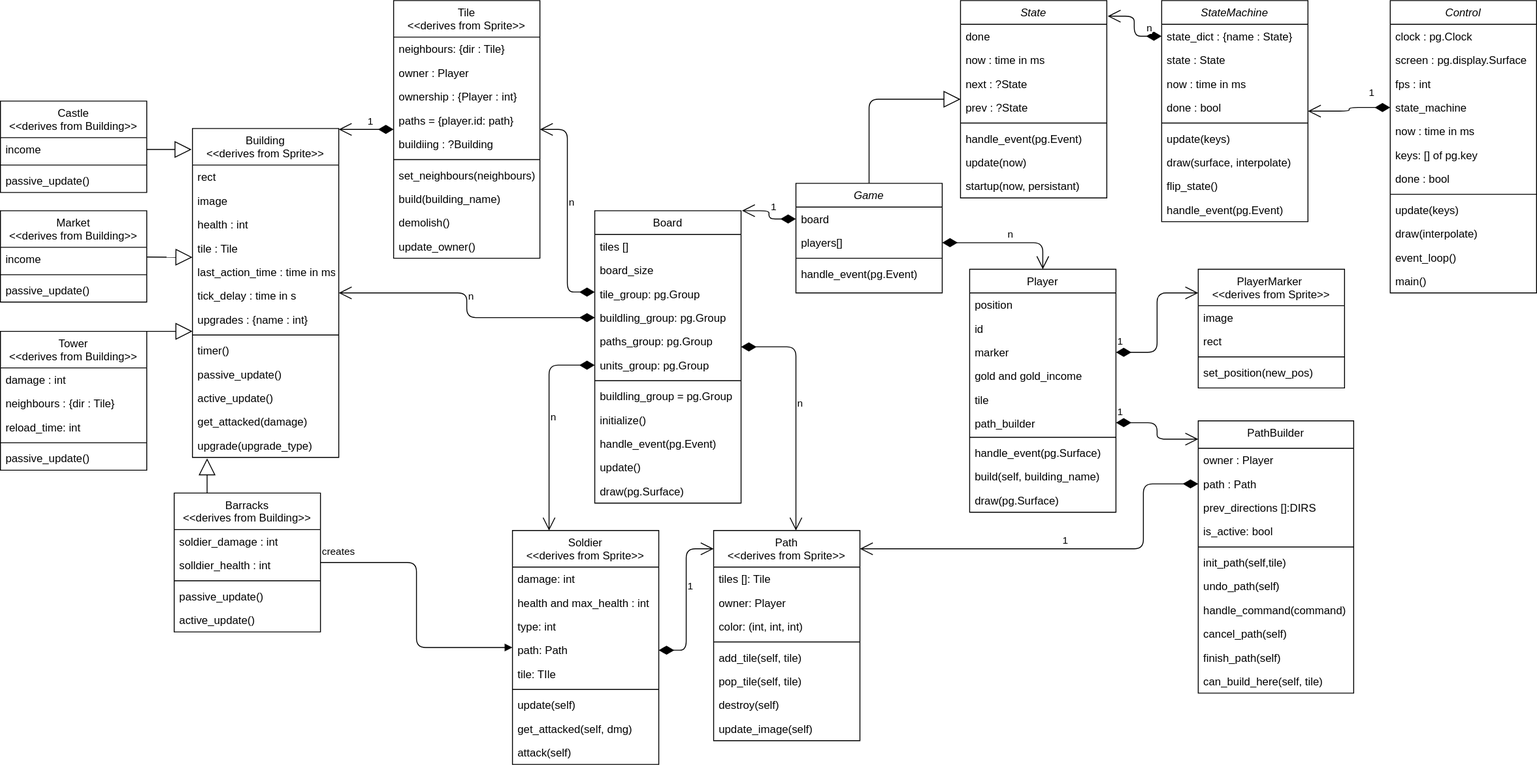
This is ClassDiagram.svg from a-float/python-rts, a draw.io export, as it was before one commit. Source tidied: cells renumbered, new cells last; positions are measured from the earlier drawing's top-left corner, leaving out a move shared by most shapes.
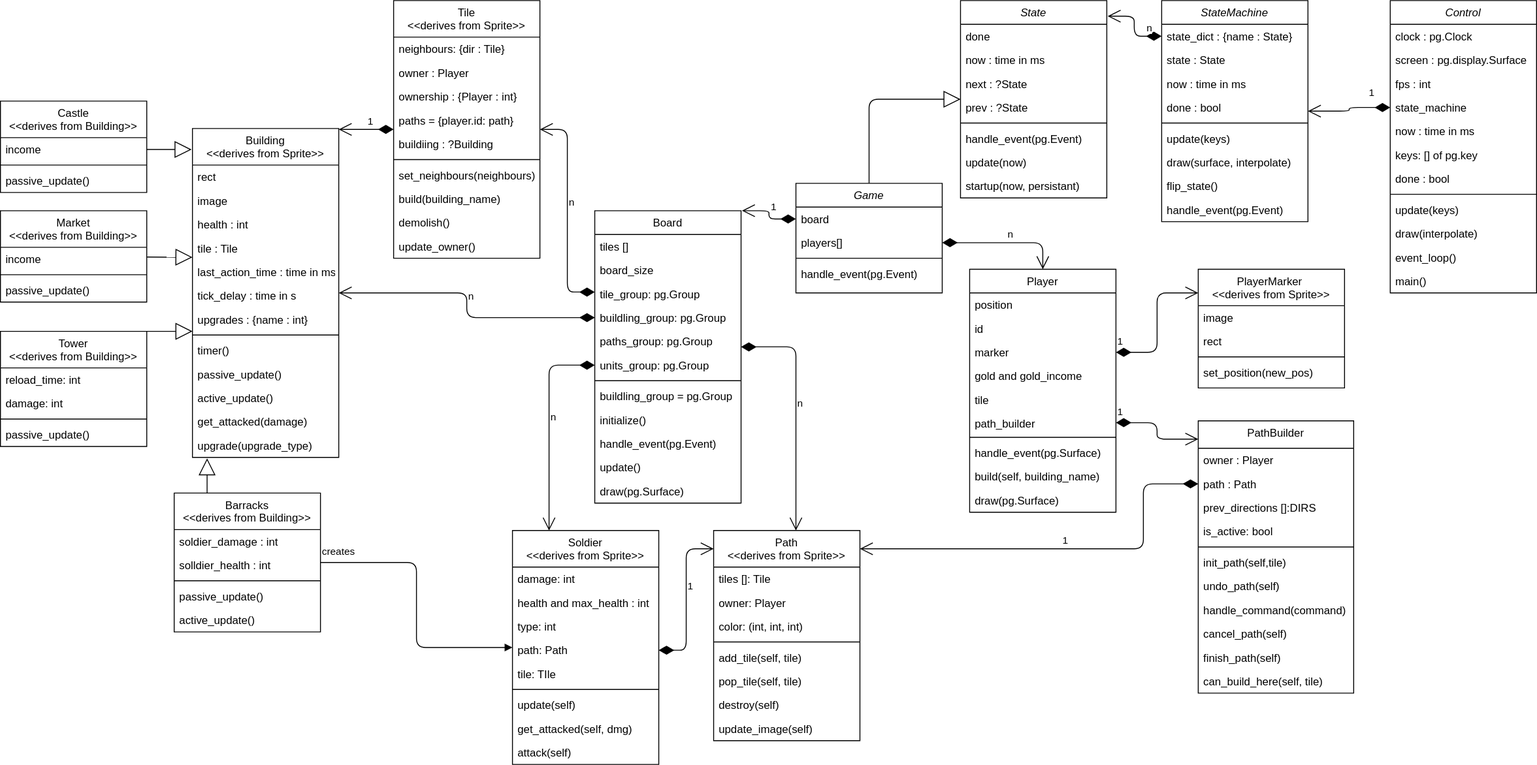
The same file after the commit.

What changed in the source:
```diff
@@ -288,22 +288,19 @@
       <mxGeometry y="74" width="160" height="26" as="geometry" />
     </mxCell>
     <mxCell id="97" value="Tower&#10;&lt;&lt;derives from Building&gt;&gt;&#10;&#10;&#10;" style="swimlane;fontStyle=0;align=center;verticalAlign=top;horizontal=1;startSize=40;rounded=0;shadow=0;strokeWidth=1;" parent="1" vertex="1">
-      <mxGeometry y="362" width="160" height="152" as="geometry" />
+      <mxGeometry y="362" width="160" height="126" as="geometry" />
     </mxCell>
-    <mxCell id="98" value="damage : int" style="text;align=left;verticalAlign=middle;spacingLeft=4;spacingRight=4;overflow=hidden;fontStyle=0;" parent="97" vertex="1">
-      <mxGeometry y="40" width="160" height="26" as="geometry" />
-    </mxCell>
-    <mxCell id="99" value="neighbours : {dir : Tile}" style="text;align=left;verticalAlign=middle;spacingLeft=4;spacingRight=4;overflow=hidden;fontStyle=0;" parent="97" vertex="1">
-      <mxGeometry y="66" width="160" height="26" as="geometry" />
-    </mxCell>
     <mxCell id="100" value="reload_time: int" style="text;align=left;verticalAlign=middle;spacingLeft=4;spacingRight=4;overflow=hidden;fontStyle=0;" parent="97" vertex="1">
-      <mxGeometry y="92" width="160" height="26" as="geometry" />
+      <mxGeometry y="40" width="160" height="26" as="geometry" />
     </mxCell>
+    <mxCell id="163" value="damage: int" style="text;align=left;verticalAlign=middle;spacingLeft=4;spacingRight=4;overflow=hidden;fontStyle=0;" parent="97" vertex="1">
+      <mxGeometry y="66" width="160" height="26" as="geometry" />
+    </mxCell>
     <mxCell id="101" style="line;html=1;strokeWidth=1;align=left;verticalAlign=middle;spacingTop=-1;spacingLeft=3;spacingRight=3;labelPosition=right;" parent="97" vertex="1">
-      <mxGeometry y="118" width="160" height="8" as="geometry" />
+      <mxGeometry y="92" width="160" height="8" as="geometry" />
     </mxCell>
     <mxCell id="102" value="passive_update()" style="text;align=left;verticalAlign=middle;spacingLeft=4;spacingRight=4;overflow=hidden;fontStyle=0;" parent="97" vertex="1">
-      <mxGeometry y="126" width="160" height="26" as="geometry" />
+      <mxGeometry y="100" width="160" height="26" as="geometry" />
     </mxCell>
     <mxCell id="103" value="Barracks&#10;&lt;&lt;derives from Building&gt;&gt;&#10;&#10;&#10;" style="swimlane;fontStyle=0;align=center;verticalAlign=top;horizontal=1;startSize=40;rounded=0;shadow=0;strokeWidth=1;" parent="1" vertex="1">
       <mxGeometry x="190" y="539" width="160" height="152" as="geometry" />
```
